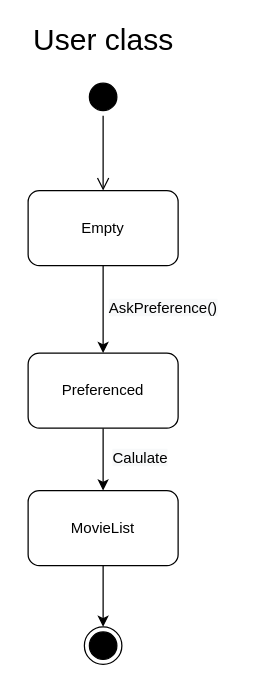
Above: page "Page-1" (1 of 3) of UML/stateDiagram.drawio in SoftwareEngineering-Gotcha/MovieRecommendation (draw.io), before the change. Source tidied: cells renumbered, new cells numbered last; positions are measured from the earlier drawing's top-left corner, leaving out a move shared by most shapes. Both pictures are drawn from the tidied source at 125%, with x=0, y=0 at pixel (21, 21).
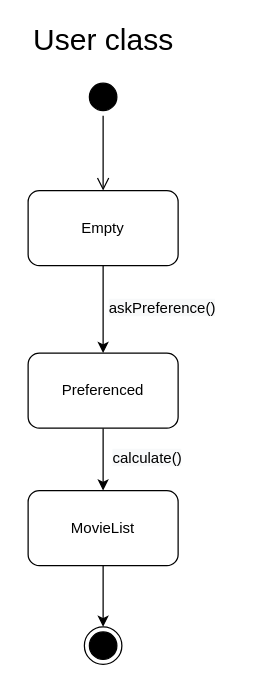
The same diagram, later.

The edit, as a diff of the source:
```diff
@@
 <mxGraphModel>
   <root>
     <mxCell id="0" />
     <mxCell id="1" parent="0" />
     <mxCell id="2" style="ellipse;html=1;shape=startState;fillColor=#000000;" parent="1" vertex="1">
       <mxGeometry x="50" y="45" width="30" height="30" as="geometry" />
     </mxCell>
     <mxCell id="3" style="edgeStyle=orthogonalEdgeStyle;html=1;verticalAlign=bottom;endArrow=open;endSize=8;" parent="1" edge="1" source="2">
       <mxGeometry relative="1" as="geometry">
         <mxPoint x="65" y="135" as="targetPoint" />
       </mxGeometry>
     </mxCell>
     <mxCell id="4" value="Empty" style="rounded=1;whiteSpace=wrap;html=1;strokeColor=#000000;" parent="1" vertex="1">
       <mxGeometry x="5" y="135" width="120" height="60" as="geometry" />
     </mxCell>
     <mxCell id="5" style="edgeStyle=orthogonalEdgeStyle;rounded=0;jettySize=auto;html=1;exitX=0.5;exitY=1;exitDx=0;exitDy=0;entryX=0.5;entryY=0;entryDx=0;entryDy=0;strokeColor=#000000;" parent="1" edge="1" source="6" target="9">
       <mxGeometry relative="1" as="geometry" />
     </mxCell>
     <mxCell id="6" value="Preferenced" style="rounded=1;whiteSpace=wrap;html=1;strokeColor=#000000;" parent="1" vertex="1">
       <mxGeometry x="5" y="265" width="120" height="60" as="geometry" />
     </mxCell>
     <mxCell id="7" style="endArrow=classic;html=1;strokeColor=#000000;entryX=0.5;entryY=0;entryDx=0;entryDy=0;exitX=0.5;exitY=1;exitDx=0;exitDy=0;" parent="1" edge="1" source="4" target="6">
       <mxGeometry relative="1" as="geometry" />
     </mxCell>
     <mxCell id="8" style="edgeStyle=orthogonalEdgeStyle;rounded=0;jettySize=auto;html=1;exitX=0.5;exitY=1;exitDx=0;exitDy=0;entryX=0.5;entryY=0;entryDx=0;entryDy=0;strokeColor=#000000;" parent="1" edge="1" source="9" target="12">
       <mxGeometry relative="1" as="geometry" />
     </mxCell>
     <mxCell id="9" value="MovieList" style="rounded=1;whiteSpace=wrap;html=1;strokeColor=#000000;" parent="1" vertex="1">
       <mxGeometry x="5" y="375" width="120" height="60" as="geometry" />
     </mxCell>
-    <mxCell id="10" value="&lt;span style=&quot;color: rgb(0 , 0 , 0) ; font-family: &amp;#34;helvetica&amp;#34; ; font-size: 12px ; font-style: normal ; font-weight: 400 ; letter-spacing: normal ; text-align: center ; text-indent: 0px ; text-transform: none ; word-spacing: 0px ; background-color: rgb(248 , 249 , 250) ; display: inline ; float: none&quot;&gt;AskPreference()&lt;/span&gt;" style="text;whiteSpace=wrap;html=1;" parent="1" vertex="1">
+    <mxCell id="10" value="&lt;span style=&quot;color: rgb(0 , 0 , 0) ; font-family: &amp;#34;helvetica&amp;#34; ; font-size: 12px ; font-style: normal ; font-weight: 400 ; letter-spacing: normal ; text-align: center ; text-indent: 0px ; text-transform: none ; word-spacing: 0px ; background-color: rgb(248 , 249 , 250) ; display: inline ; float: none&quot;&gt;askPreference()&lt;/span&gt;" style="text;whiteSpace=wrap;html=1;" parent="1" vertex="1">
       <mxGeometry x="68" y="215" width="100" height="30" as="geometry" />
     </mxCell>
-    <mxCell id="11" value="&lt;span style=&quot;color: rgb(0 , 0 , 0) ; font-family: &amp;#34;helvetica&amp;#34; ; font-size: 12px ; font-style: normal ; font-weight: 400 ; letter-spacing: normal ; text-align: center ; text-indent: 0px ; text-transform: none ; word-spacing: 0px ; background-color: rgb(248 , 249 , 250) ; display: inline ; float: none&quot;&gt;Calulate&lt;/span&gt;" style="text;whiteSpace=wrap;html=1;" parent="1" vertex="1">
+    <mxCell id="11" value="&lt;span style=&quot;color: rgb(0 , 0 , 0) ; font-family: &amp;#34;helvetica&amp;#34; ; font-size: 12px ; font-style: normal ; font-weight: 400 ; letter-spacing: normal ; text-align: center ; text-indent: 0px ; text-transform: none ; word-spacing: 0px ; background-color: rgb(248 , 249 , 250) ; display: inline ; float: none&quot;&gt;calculate()&lt;/span&gt;" style="text;whiteSpace=wrap;html=1;" parent="1" vertex="1">
       <mxGeometry x="71" y="335" width="100" height="30" as="geometry" />
     </mxCell>
     <mxCell id="12" style="ellipse;html=1;shape=endState;fillColor=#000000;" parent="1" vertex="1">
       <mxGeometry x="50" y="484" width="30" height="30" as="geometry" />
     </mxCell>
     <mxCell id="13" value="User class" style="text;html=1;align=center;verticalAlign=middle;strokeColor=none;fontSize=24;" parent="1" vertex="1">
       <mxGeometry width="130" height="30" as="geometry" />
     </mxCell>
   </root>
 </mxGraphModel>
```
